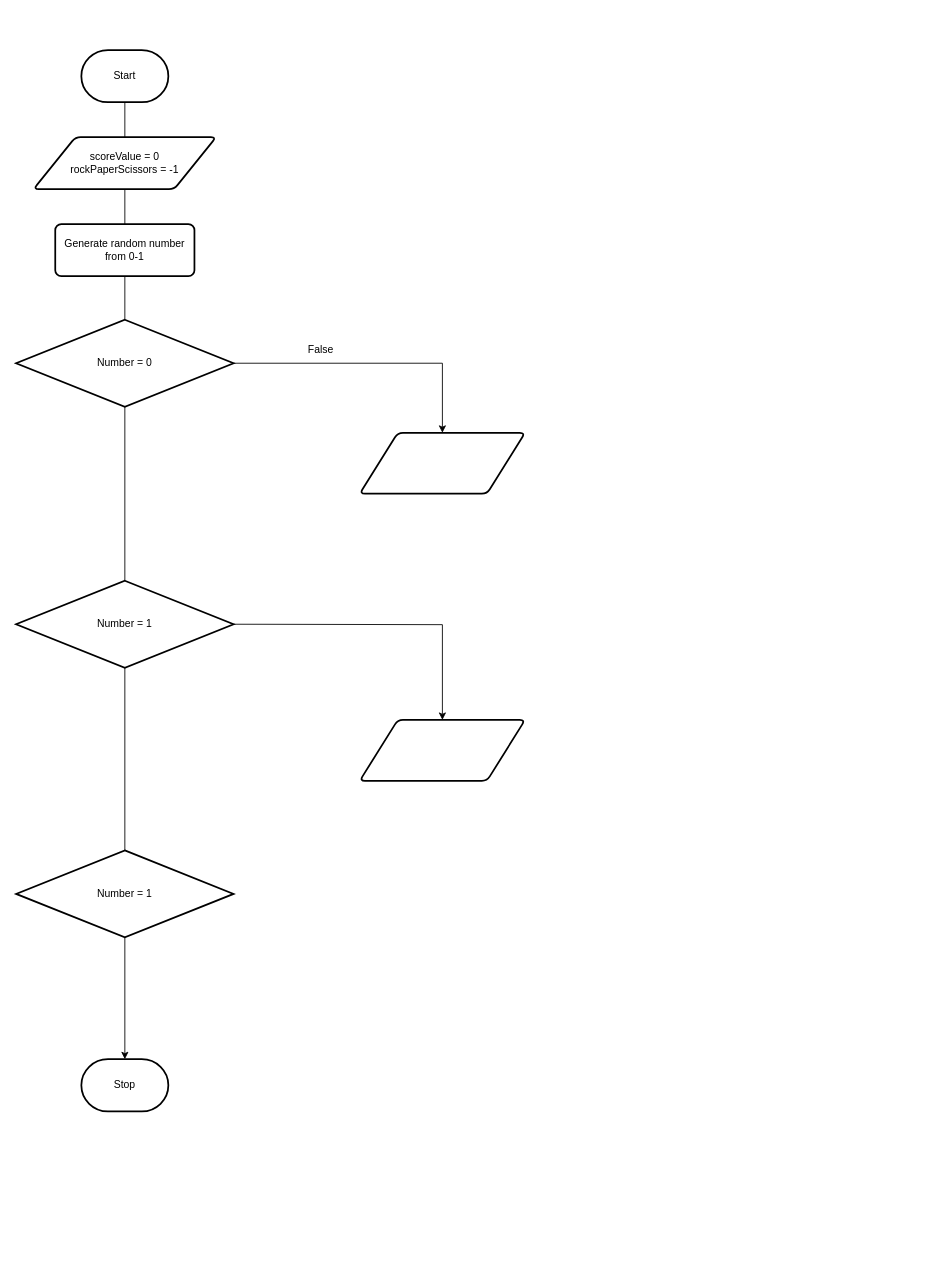
The draw.io diagram design/flowchart.drawio in MTHS-TEJ2O-1-2023/TEJ2O-Unit-2-09-Ernest-Choy, before the edit. Source tidied: cells renumbered, new cells numbered last; positions are measured from the earlier drawing's top-left corner, leaving out a move shared by most shapes. Both pictures are drawn from the tidied source at 87%, with x=0, y=0 at pixel (16, 50).
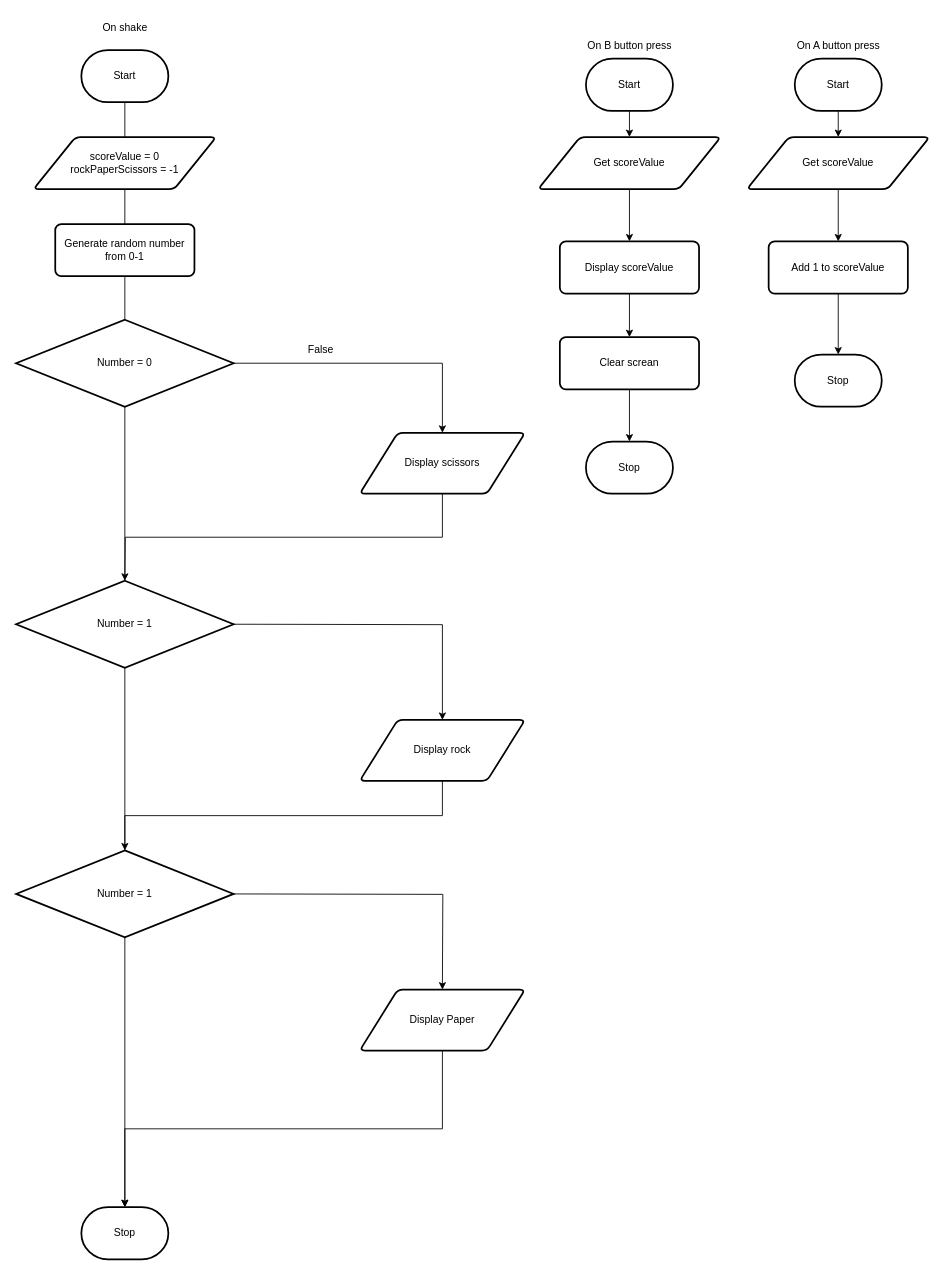
The same page after the edit.

Unchanged cells that the change refers to:
```xml
<mxCell id="16" value="Number = 1" style="strokeWidth=2;html=1;shape=mxgraph.flowchart.decision;whiteSpace=wrap;" parent="1" vertex="1">
  <mxGeometry y="920" width="250" height="100" as="geometry" />
</mxCell>
```

The edit, as a diff of the source:
```diff
@@
     <mxCell id="4" value="Stop" style="strokeWidth=2;html=1;shape=mxgraph.flowchart.terminator;whiteSpace=wrap;" parent="1" vertex="1">
-      <mxGeometry x="75" y="1160" width="100" height="60" as="geometry" />
+      <mxGeometry x="75" y="1330" width="100" height="60" as="geometry" />
     </mxCell>
@@
-    <mxCell id="17" style="shape=parallelogram;html=1;strokeWidth=2;perimeter=parallelogramPerimeter;whiteSpace=wrap;rounded=1;arcSize=12;size=0.23;" parent="1" vertex="1">
+    <mxCell id="17" value="Display scissors" style="shape=parallelogram;html=1;strokeWidth=2;perimeter=parallelogramPerimeter;whiteSpace=wrap;rounded=1;arcSize=12;size=0.23;" parent="1" vertex="1">
       <mxGeometry x="395" y="440" width="190" height="70" as="geometry" />
     </mxCell>
-    <mxCell id="18" style="shape=parallelogram;html=1;strokeWidth=2;perimeter=parallelogramPerimeter;whiteSpace=wrap;rounded=1;arcSize=12;size=0.23;" parent="1" vertex="1">
+    <mxCell id="18" value="Display rock" style="shape=parallelogram;html=1;strokeWidth=2;perimeter=parallelogramPerimeter;whiteSpace=wrap;rounded=1;arcSize=12;size=0.23;" parent="1" vertex="1">
       <mxGeometry x="395" y="770" width="190" height="70" as="geometry" />
     </mxCell>
+    <mxCell id="19" style="edgeStyle=orthogonalEdgeStyle;rounded=0;html=1;exitX=1;exitY=0.5;exitDx=0;exitDy=0;exitPerimeter=0;entryX=0.5;entryY=0;entryDx=0;entryDy=0;" parent="1" edge="1">
+      <mxGeometry relative="1" as="geometry">
+        <mxPoint x="250" y="970" as="sourcePoint" />
+        <mxPoint x="490" y="1080" as="targetPoint" />
+      </mxGeometry>
+    </mxCell>
+    <mxCell id="20" value="Display Paper" style="shape=parallelogram;html=1;strokeWidth=2;perimeter=parallelogramPerimeter;whiteSpace=wrap;rounded=1;arcSize=12;size=0.23;" parent="1" vertex="1">
+      <mxGeometry x="395" y="1080" width="190" height="70" as="geometry" />
+    </mxCell>
+    <mxCell id="21" style="edgeStyle=orthogonalEdgeStyle;rounded=0;html=1;exitX=0.5;exitY=1;exitDx=0;exitDy=0;entryX=0.5;entryY=0;entryDx=0;entryDy=0;entryPerimeter=0;" parent="1" edge="1" source="18" target="16">
+      <mxGeometry relative="1" as="geometry" />
+    </mxCell>
+    <mxCell id="22" style="edgeStyle=orthogonalEdgeStyle;rounded=0;html=1;exitX=0.5;exitY=1;exitDx=0;exitDy=0;entryX=0.5;entryY=0;entryDx=0;entryDy=0;entryPerimeter=0;" parent="1" edge="1" source="20" target="4">
+      <mxGeometry relative="1" as="geometry" />
+    </mxCell>
+    <mxCell id="23" style="edgeStyle=orthogonalEdgeStyle;rounded=0;html=1;exitX=0.5;exitY=1;exitDx=0;exitDy=0;" parent="1" edge="1" source="17">
+      <mxGeometry relative="1" as="geometry">
+        <mxPoint x="125" y="610" as="targetPoint" />
+      </mxGeometry>
+    </mxCell>
+    <mxCell id="24" style="edgeStyle=none;html=1;entryX=0.5;entryY=0;entryDx=0;entryDy=0;" parent="1" edge="1" source="25" target="28">
+      <mxGeometry relative="1" as="geometry" />
+    </mxCell>
+    <mxCell id="25" value="Start" style="strokeWidth=2;html=1;shape=mxgraph.flowchart.terminator;whiteSpace=wrap;" parent="1" vertex="1">
+      <mxGeometry x="655" y="10" width="100" height="60" as="geometry" />
+    </mxCell>
+    <mxCell id="26" value="On shake" style="text;html=1;align=center;verticalAlign=middle;strokeColor=none;fillColor=none;" parent="1" vertex="1">
+      <mxGeometry x="90" y="-40" width="70" height="30" as="geometry" />
+    </mxCell>
+    <mxCell id="27" style="edgeStyle=none;html=1;exitX=0.5;exitY=1;exitDx=0;exitDy=0;entryX=0.5;entryY=0;entryDx=0;entryDy=0;" parent="1" edge="1" source="28" target="30">
+      <mxGeometry relative="1" as="geometry" />
+    </mxCell>
+    <mxCell id="28" value="Get scoreValue" style="shape=parallelogram;html=1;strokeWidth=2;perimeter=parallelogramPerimeter;whiteSpace=wrap;rounded=1;arcSize=12;size=0.23;" parent="1" vertex="1">
+      <mxGeometry x="600" y="100" width="210" height="60" as="geometry" />
+    </mxCell>
+    <mxCell id="29" style="edgeStyle=none;html=1;exitX=0.5;exitY=1;exitDx=0;exitDy=0;entryX=0.5;entryY=0;entryDx=0;entryDy=0;" parent="1" edge="1" source="30" target="32">
+      <mxGeometry relative="1" as="geometry" />
+    </mxCell>
+    <mxCell id="30" value="Display scoreValue" style="rounded=1;whiteSpace=wrap;html=1;absoluteArcSize=1;arcSize=14;strokeWidth=2;" parent="1" vertex="1">
+      <mxGeometry x="625" y="220" width="160" height="60" as="geometry" />
+    </mxCell>
+    <mxCell id="31" style="edgeStyle=none;html=1;exitX=0.5;exitY=1;exitDx=0;exitDy=0;entryX=0.5;entryY=0;entryDx=0;entryDy=0;entryPerimeter=0;" parent="1" edge="1" source="32" target="33">
+      <mxGeometry relative="1" as="geometry" />
+    </mxCell>
+    <mxCell id="32" value="Clear screan" style="rounded=1;whiteSpace=wrap;html=1;absoluteArcSize=1;arcSize=14;strokeWidth=2;" parent="1" vertex="1">
+      <mxGeometry x="625" y="330" width="160" height="60" as="geometry" />
+    </mxCell>
+    <mxCell id="33" value="Stop" style="strokeWidth=2;html=1;shape=mxgraph.flowchart.terminator;whiteSpace=wrap;" parent="1" vertex="1">
+      <mxGeometry x="655" y="450" width="100" height="60" as="geometry" />
+    </mxCell>
+    <mxCell id="34" style="edgeStyle=none;html=1;exitX=0.5;exitY=1;exitDx=0;exitDy=0;exitPerimeter=0;entryX=0.5;entryY=0;entryDx=0;entryDy=0;" parent="1" edge="1" source="35" target="37">
+      <mxGeometry relative="1" as="geometry" />
+    </mxCell>
+    <mxCell id="35" value="Start" style="strokeWidth=2;html=1;shape=mxgraph.flowchart.terminator;whiteSpace=wrap;" parent="1" vertex="1">
+      <mxGeometry x="895" y="10" width="100" height="60" as="geometry" />
+    </mxCell>
+    <mxCell id="36" style="edgeStyle=none;html=1;exitX=0.5;exitY=1;exitDx=0;exitDy=0;entryX=0.5;entryY=0;entryDx=0;entryDy=0;" parent="1" edge="1" source="37" target="39">
+      <mxGeometry relative="1" as="geometry" />
+    </mxCell>
+    <mxCell id="37" value="Get scoreValue" style="shape=parallelogram;html=1;strokeWidth=2;perimeter=parallelogramPerimeter;whiteSpace=wrap;rounded=1;arcSize=12;size=0.23;" parent="1" vertex="1">
+      <mxGeometry x="840" y="100" width="210" height="60" as="geometry" />
+    </mxCell>
+    <mxCell id="38" style="edgeStyle=none;html=1;exitX=0.5;exitY=1;exitDx=0;exitDy=0;entryX=0.5;entryY=0;entryDx=0;entryDy=0;entryPerimeter=0;" parent="1" edge="1" source="39" target="40">
+      <mxGeometry relative="1" as="geometry" />
+    </mxCell>
+    <mxCell id="39" value="Add 1 to scoreValue" style="rounded=1;whiteSpace=wrap;html=1;absoluteArcSize=1;arcSize=14;strokeWidth=2;" parent="1" vertex="1">
+      <mxGeometry x="865" y="220" width="160" height="60" as="geometry" />
+    </mxCell>
+    <mxCell id="40" value="Stop" style="strokeWidth=2;html=1;shape=mxgraph.flowchart.terminator;whiteSpace=wrap;" parent="1" vertex="1">
+      <mxGeometry x="895" y="350" width="100" height="60" as="geometry" />
+    </mxCell>
+    <mxCell id="41" value="On B button press" style="text;html=1;align=center;verticalAlign=middle;strokeColor=none;fillColor=none;" parent="1" vertex="1">
+      <mxGeometry x="645" y="-20" width="120" height="30" as="geometry" />
+    </mxCell>
+    <mxCell id="42" value="On A button press" style="text;html=1;align=center;verticalAlign=middle;strokeColor=none;fillColor=none;" parent="1" vertex="1">
+      <mxGeometry x="885" y="-20" width="120" height="30" as="geometry" />
+    </mxCell>
```
